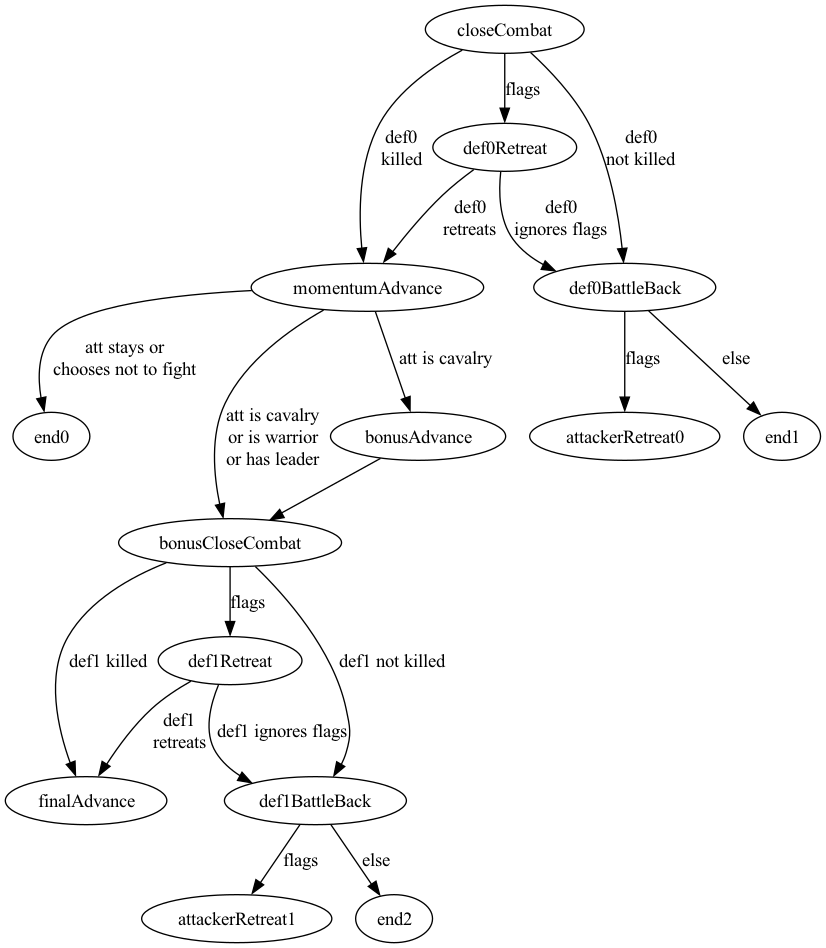
Earlier version of the Graphviz export doc/close-combat.dot.png (xpmatteo/auto-cca). Its source is kept beside it as doc/close-combat.dot. The source it was exported from:
```dot
digraph CloseCombat {
  closeCombat -> momentumAdvance  [label="def0\nkilled"]
  closeCombat -> def0Retreat [label="flags"]
  closeCombat -> def0BattleBack [label="def0\nnot killed"]

  momentumAdvance -> end0 [label="att stays or\nchooses not to fight"]
  momentumAdvance -> bonusCloseCombat [label="att is cavalry\nor is warrior\nor has leader"]
  momentumAdvance -> bonusAdvance [label="att is cavalry"]
  bonusAdvance -> bonusCloseCombat

  def0Retreat -> momentumAdvance [label="def0\nretreats"]
  def0Retreat -> def0BattleBack [label="def0\nignores flags"]

  def0BattleBack -> attackerRetreat0 [label="flags"]
  def0BattleBack -> end1 [label="else"]

  bonusCloseCombat -> finalAdvance  [label="def1 killed"]
  bonusCloseCombat -> def1Retreat [label="flags"]
  bonusCloseCombat -> def1BattleBack [label="def1 not killed"]

  def1Retreat -> finalAdvance [label="def1\nretreats"]
  def1Retreat -> def1BattleBack [label="def1 ignores flags"]

  def1BattleBack -> attackerRetreat1 [label="flags"]
  def1BattleBack -> end2 [label="else"]
}
```
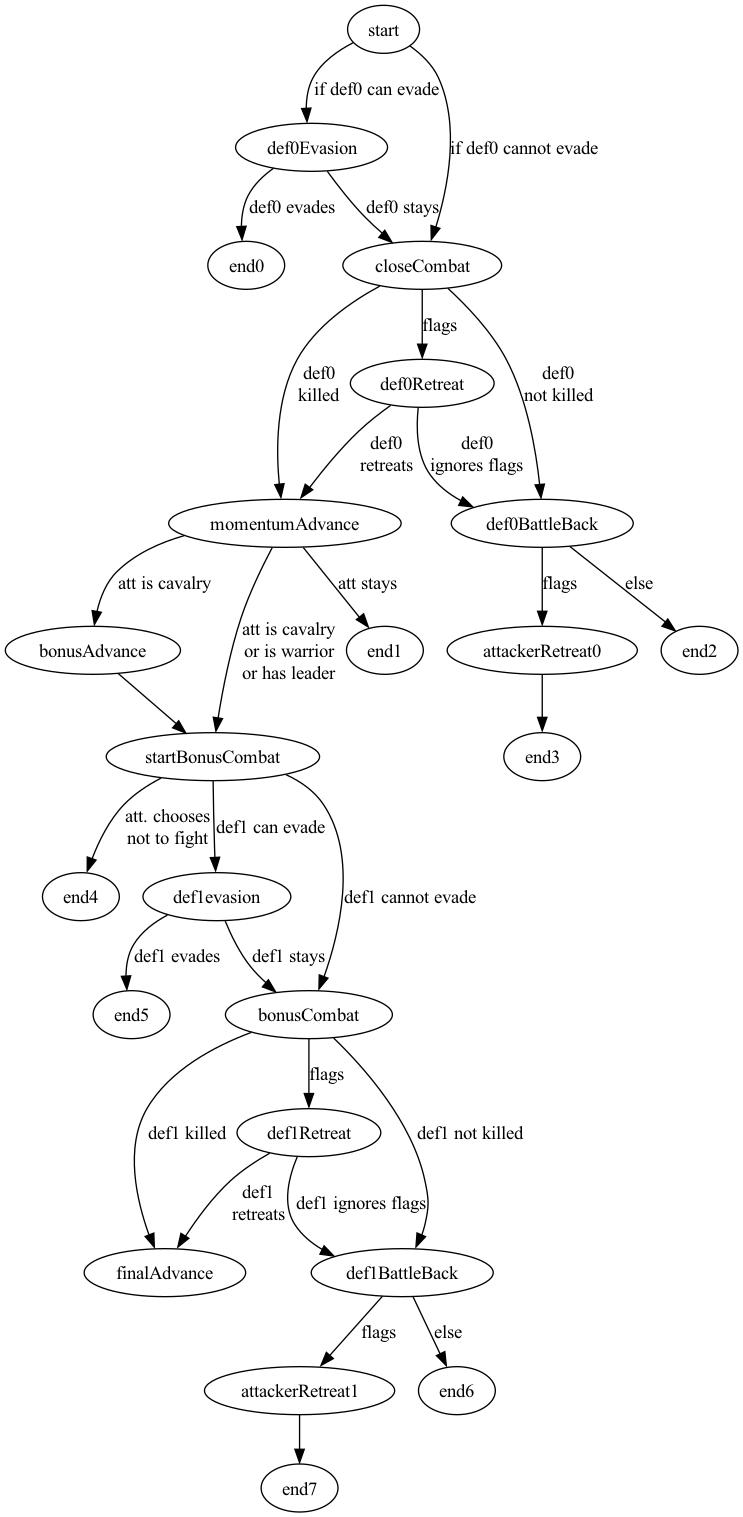
The same diagram one commit later.

Commit message:
Add documentation of close combat state machine: adding evasion

What changed in the source:
```diff
@@ -1,26 +1,43 @@
 digraph CloseCombat {
+  start -> def0Evasion [label="if def0 can evade"]
+  start -> closeCombat [label="if def0 cannot evade"]
+
   closeCombat -> momentumAdvance  [label="def0\nkilled"]
   closeCombat -> def0Retreat [label="flags"]
   closeCombat -> def0BattleBack [label="def0\nnot killed"]
 
-  momentumAdvance -> end0 [label="att stays or\nchooses not to fight"]
-  momentumAdvance -> bonusCloseCombat [label="att is cavalry\nor is warrior\nor has leader"]
+  def0Evasion -> end0 [label="def0 evades"]
+  def0Evasion -> closeCombat [label="def0 stays"]
+
+  momentumAdvance -> startBonusCombat [label="att is cavalry\nor is warrior\nor has leader"]
+  momentumAdvance -> end1 [label="att stays"]
   momentumAdvance -> bonusAdvance [label="att is cavalry"]
-  bonusAdvance -> bonusCloseCombat
+  bonusAdvance -> startBonusCombat
 
   def0Retreat -> momentumAdvance [label="def0\nretreats"]
   def0Retreat -> def0BattleBack [label="def0\nignores flags"]
 
+  def0BattleBack -> end2 [label="else"]
   def0BattleBack -> attackerRetreat0 [label="flags"]
-  def0BattleBack -> end1 [label="else"]
 
-  bonusCloseCombat -> finalAdvance  [label="def1 killed"]
-  bonusCloseCombat -> def1Retreat [label="flags"]
-  bonusCloseCombat -> def1BattleBack [label="def1 not killed"]
+  attackerRetreat0 -> end3
+
+  startBonusCombat -> end4 [label="att. chooses\nnot to fight"]
+  startBonusCombat -> def1evasion [label="def1 can evade"]
+  startBonusCombat -> bonusCombat [label="def1 cannot evade"]
+
+  bonusCombat -> finalAdvance  [label="def1 killed"]
+  bonusCombat -> def1Retreat [label="flags"]
+  bonusCombat -> def1BattleBack [label="def1 not killed"]
+
+  def1evasion -> end5 [label="def1 evades"]
+  def1evasion -> bonusCombat  [label="def1 stays"]
 
   def1Retreat -> finalAdvance [label="def1\nretreats"]
   def1Retreat -> def1BattleBack [label="def1 ignores flags"]
 
   def1BattleBack -> attackerRetreat1 [label="flags"]
-  def1BattleBack -> end2 [label="else"]
+  def1BattleBack -> end6 [label="else"]
+
+  attackerRetreat1 -> end7
 }
```
